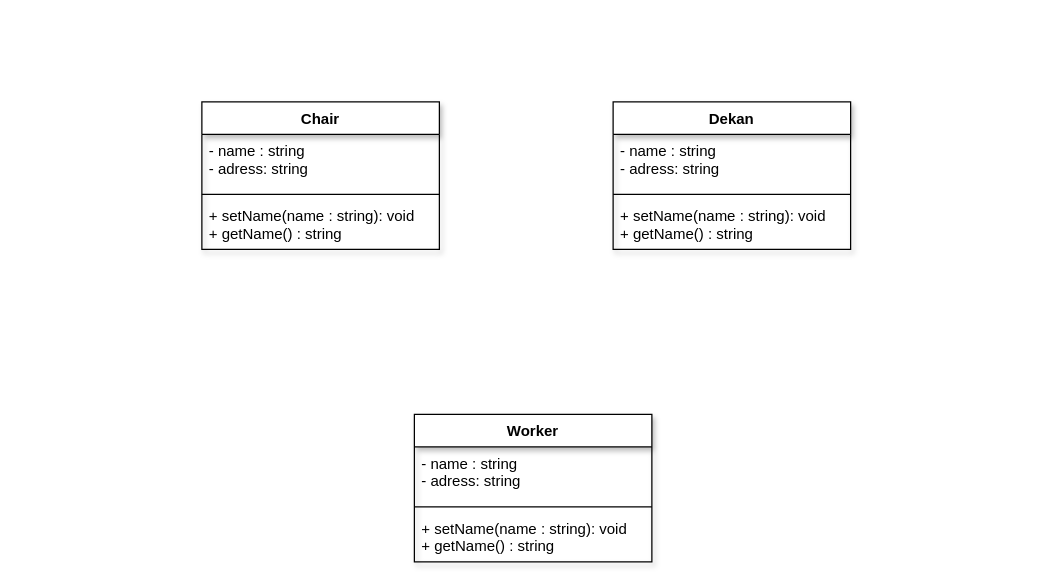
bkomarow1990/drawio keeps this draw.io diagram as University.drawio. Above is the earlier version. Source tidied: cells renumbered, new cells numbered last; positions are measured from the earlier drawing's top-left corner, leaving out a move shared by most shapes. Both pictures are drawn from the tidied source at 125%, with x=0, y=0 at pixel (201, 101).
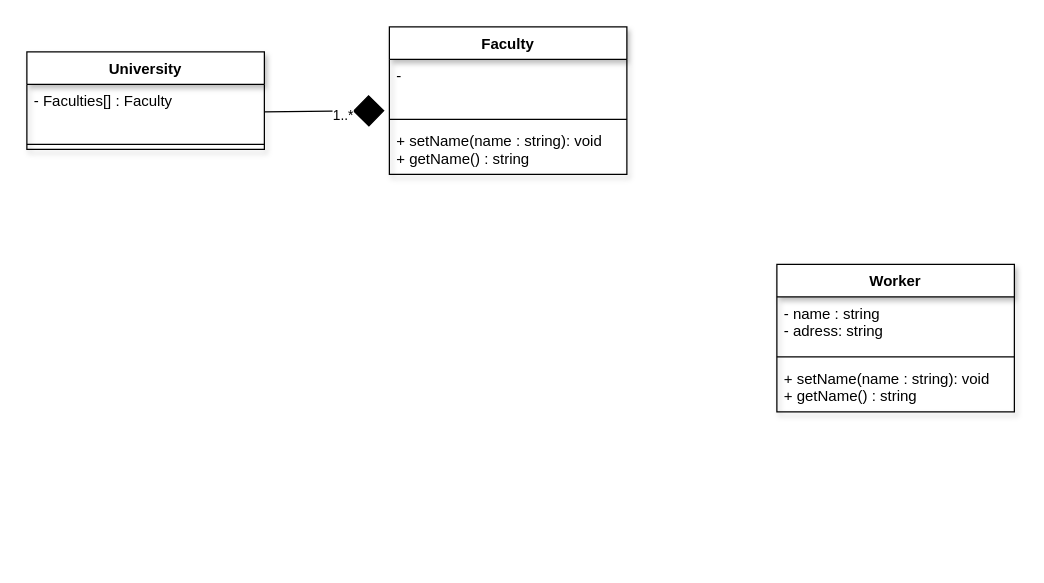
The same page after the edit.

The edit, as a diff of the source:
```diff
@@
 <mxGraphModel>
   <root>
     <mxCell id="0" />
     <mxCell id="1" parent="0" />
+    <mxCell id="14" style="rounded=0;jettySize=auto;html=1;entryX=-0.02;entryY=0.932;entryDx=0;entryDy=0;entryPerimeter=0;endArrow=diamond;endFill=1;endSize=23;startSize=23;exitX=1;exitY=0.5;exitDx=0;exitDy=0;" parent="1" edge="1" source="17" target="3">
+      <mxGeometry relative="1" as="geometry" />
+    </mxCell>
+    <mxCell id="15" value="1..*" style="edgeLabel;html=1;align=center;verticalAlign=middle;" parent="14" vertex="1">
+      <mxGeometry x="0.28" y="-3" relative="1" as="geometry" />
+    </mxCell>
-    <mxCell id="2" value="Chair&#10;" style="swimlane;fontStyle=1;align=center;verticalAlign=top;horizontal=1;startSize=26;shadow=1;" parent="1" vertex="1">
-      <mxGeometry width="190" height="118" as="geometry" />
+    <mxCell id="2" value="Faculty" style="swimlane;fontStyle=1;align=center;verticalAlign=top;horizontal=1;startSize=26;shadow=1;" parent="1" vertex="1">
+      <mxGeometry x="150" y="-60" width="190" height="118" as="geometry" />
     </mxCell>
-    <mxCell id="3" value="- name : string&#10;- adress: string&#10;" style="text;strokeColor=none;fillColor=none;align=left;verticalAlign=top;spacingLeft=4;spacingRight=4;overflow=hidden;points=[[0,0.5],[1,0.5]];portConstraint=eastwest;" parent="2" vertex="1">
+    <mxCell id="3" value="- " style="text;strokeColor=none;fillColor=none;align=left;verticalAlign=top;spacingLeft=4;spacingRight=4;overflow=hidden;points=[[0,0.5],[1,0.5]];portConstraint=eastwest;" parent="2" vertex="1">
       <mxGeometry y="26" width="190" height="44" as="geometry" />
     </mxCell>
     <mxCell id="4" style="line;strokeWidth=1;fillColor=none;align=left;verticalAlign=middle;spacingTop=-1;spacingLeft=3;spacingRight=3;labelPosition=right;" parent="2" vertex="1">
       <mxGeometry y="70" width="190" height="8" as="geometry" />
     </mxCell>
     <mxCell id="5" value="+ setName(name : string): void&#10;+ getName() : string" style="text;strokeColor=none;fillColor=none;align=left;verticalAlign=top;spacingLeft=4;spacingRight=4;overflow=hidden;" parent="2" vertex="1">
       <mxGeometry y="78" width="190" height="40" as="geometry" />
     </mxCell>
-    <mxCell id="6" value="Dekan" style="swimlane;fontStyle=1;align=center;verticalAlign=top;horizontal=1;startSize=26;glass=0;shadow=1;" parent="1" vertex="1">
-      <mxGeometry x="329" width="190" height="118" as="geometry" />
-    </mxCell>
-    <mxCell id="7" value="- name : string&#10;- adress: string&#10;" style="text;strokeColor=none;fillColor=none;align=left;verticalAlign=top;spacingLeft=4;spacingRight=4;overflow=hidden;" parent="6" vertex="1">
-      <mxGeometry y="26" width="190" height="44" as="geometry" />
-    </mxCell>
-    <mxCell id="8" style="line;strokeWidth=1;fillColor=none;align=left;verticalAlign=middle;spacingTop=-1;spacingLeft=3;spacingRight=3;labelPosition=right;" parent="6" vertex="1">
-      <mxGeometry y="70" width="190" height="8" as="geometry" />
-    </mxCell>
-    <mxCell id="9" value="+ setName(name : string): void&#10;+ getName() : string" style="text;strokeColor=none;fillColor=none;align=left;verticalAlign=top;spacingLeft=4;spacingRight=4;overflow=hidden;glass=0;" parent="6" vertex="1">
-      <mxGeometry y="78" width="190" height="40" as="geometry" />
-    </mxCell>
     <mxCell id="10" value="Worker" style="swimlane;fontStyle=1;align=center;verticalAlign=top;horizontal=1;startSize=26;glass=0;rounded=0;shadow=1;" parent="1" vertex="1">
-      <mxGeometry x="170" y="250" width="190" height="118" as="geometry" />
+      <mxGeometry x="460" y="130" width="190" height="118" as="geometry" />
     </mxCell>
     <mxCell id="11" value="- name : string&#10;- adress: string&#10;" style="text;strokeColor=none;fillColor=none;align=left;verticalAlign=top;spacingLeft=4;spacingRight=4;overflow=hidden;" parent="10" vertex="1">
       <mxGeometry y="26" width="190" height="44" as="geometry" />
     </mxCell>
     <mxCell id="12" style="line;strokeWidth=1;fillColor=none;align=left;verticalAlign=middle;spacingTop=-1;spacingLeft=3;spacingRight=3;labelPosition=right;" parent="10" vertex="1">
       <mxGeometry y="70" width="190" height="8" as="geometry" />
     </mxCell>
     <mxCell id="13" value="+ setName(name : string): void&#10;+ getName() : string" style="text;strokeColor=none;fillColor=none;align=left;verticalAlign=top;spacingLeft=4;spacingRight=4;overflow=hidden;" parent="10" vertex="1">
       <mxGeometry y="78" width="190" height="40" as="geometry" />
     </mxCell>
+    <mxCell id="16" value="University" style="swimlane;fontStyle=1;align=center;verticalAlign=top;horizontal=1;startSize=26;glass=0;shadow=1;" parent="1" vertex="1">
+      <mxGeometry x="-140" y="-40" width="190" height="78" as="geometry" />
+    </mxCell>
+    <mxCell id="17" value="- Faculties[] : Faculty" style="text;strokeColor=none;fillColor=none;align=left;verticalAlign=top;spacingLeft=4;spacingRight=4;overflow=hidden;points=[[0,0.5],[1,0.5]];portConstraint=eastwest;" parent="16" vertex="1">
+      <mxGeometry y="26" width="190" height="44" as="geometry" />
+    </mxCell>
+    <mxCell id="8" style="line;strokeWidth=1;fillColor=none;align=left;verticalAlign=middle;spacingTop=-1;spacingLeft=3;spacingRight=3;labelPosition=right;" parent="16" vertex="1">
+      <mxGeometry y="70" width="190" height="8" as="geometry" />
+    </mxCell>
   </root>
 </mxGraphModel>
```
